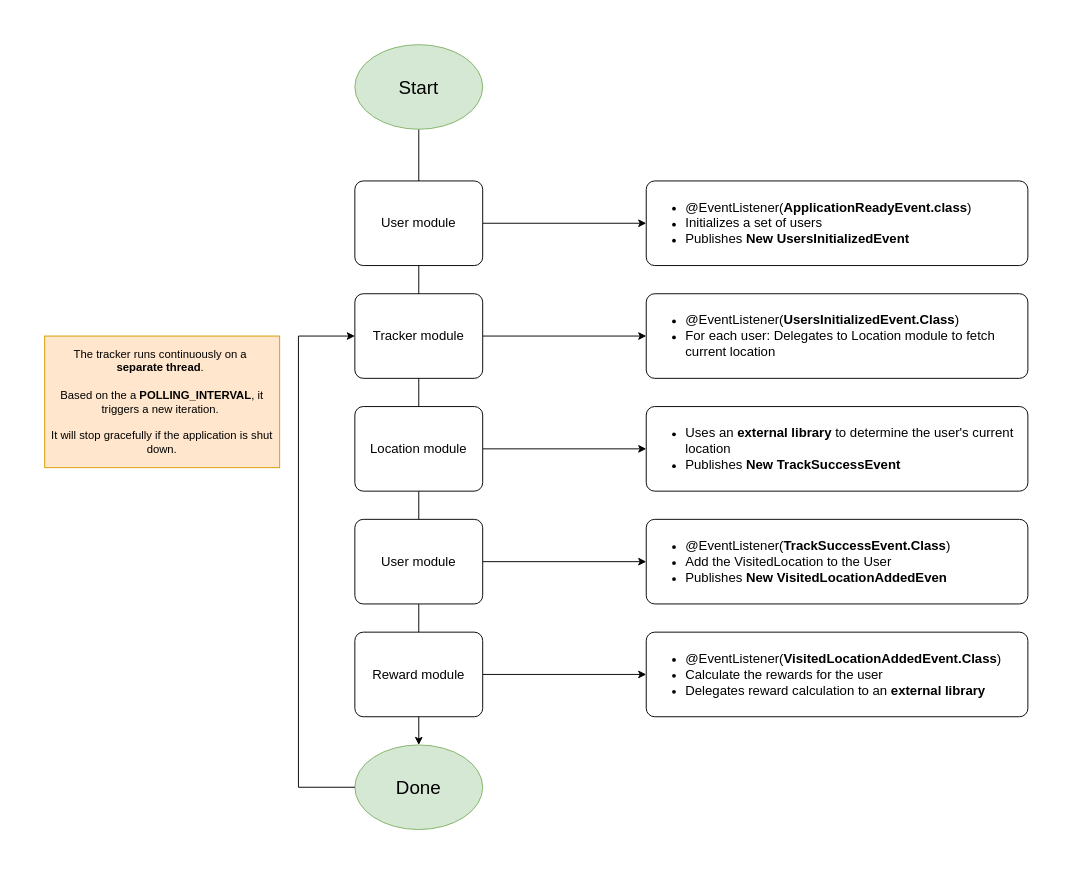
The draw.io diagram img/p8_main.drawio in MR-BOUBAKOUR/p8-DistributedSystems-spring-modulith, before the edit. Source tidied: cells renumbered, new cells numbered last; positions are measured from the earlier drawing's top-left corner, leaving out a move shared by most shapes. Both pictures are drawn from the tidied source at 94%, with x=0, y=0 at pixel (44, 44).
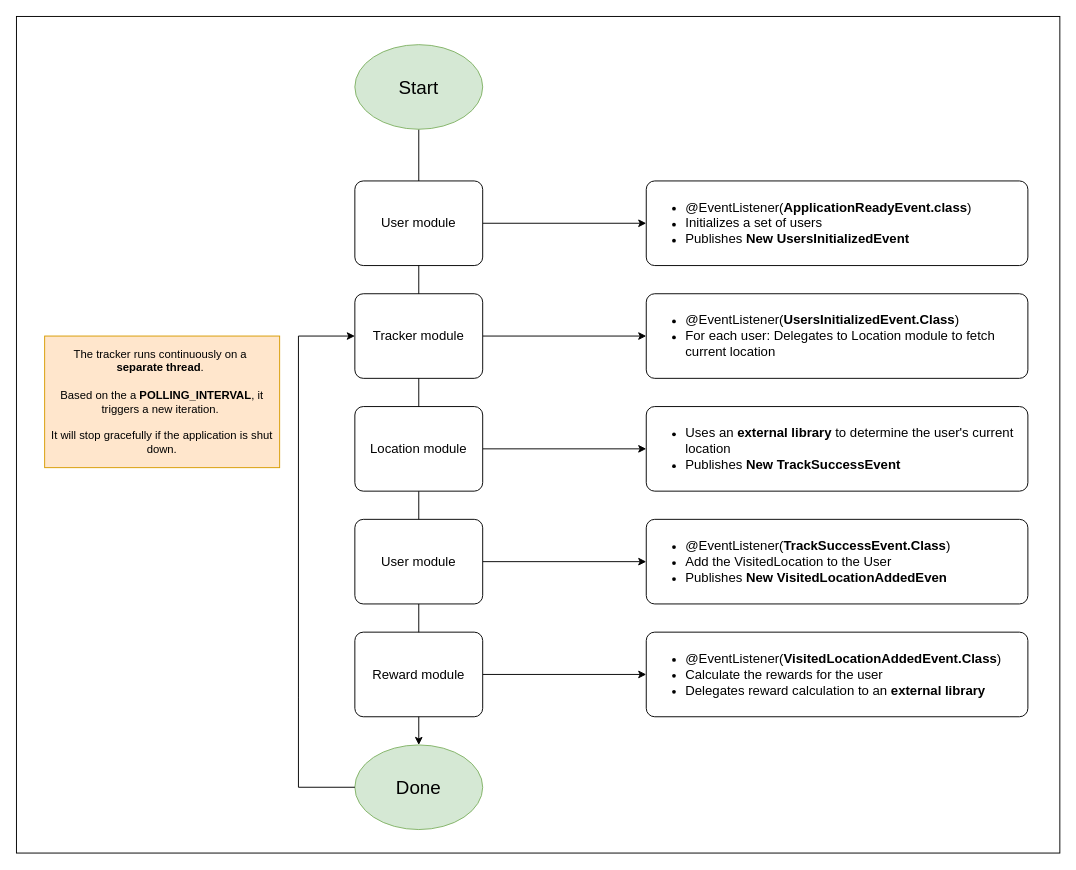
After the change.

The edit, as a diff of the source:
```diff
@@
+    <mxCell id="22" style="rounded=0;whiteSpace=wrap;html=1;" parent="1" vertex="1">
+      <mxGeometry x="-30" y="-30" width="1110" height="890" as="geometry" />
+    </mxCell>
```
